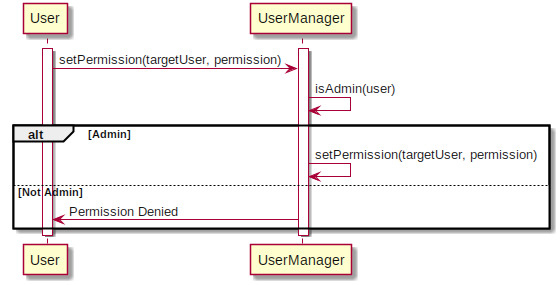
cs383-4/sQuire keeps this PlantUML diagram as doc/SSRS/images/SequenceDiagrams/ProjectMemberManagementSetPermission.png. Above is the earlier version. The source it was exported from:
```plantuml
@startuml
Activate User
Activate UserManager
User -> UserManager: setPermission(targetUser, permission)
UserManager -> UserManager: isAdmin(user)

alt Admin
  UserManager -> UserManager: setPermission(targetUser, permission)
else Not Admin
  UserManager -> User: Permission Denied
end

Deactivate UserManager
Deactivate User
@enduml
```
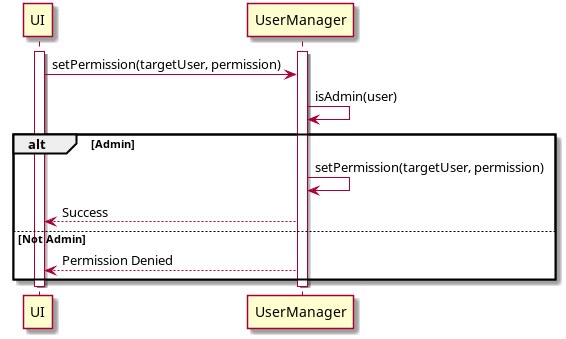
After the commit.

Commit message:
Updated Project Member Management Sequence Diagrams

Diff of the diagram source:
```diff
@@ -1,15 +1,16 @@
 @startuml
-Activate User
+Activate UI
 Activate UserManager
-User -> UserManager: setPermission(targetUser, permission)
+UI -> UserManager: setPermission(targetUser, permission)
 UserManager -> UserManager: isAdmin(user)
 
 alt Admin
   UserManager -> UserManager: setPermission(targetUser, permission)
+  UserManager --> UI: Success
 else Not Admin
-  UserManager -> User: Permission Denied
+  UserManager --> UI: Permission Denied
 end
 
 Deactivate UserManager
-Deactivate User
+Deactivate UI
 @enduml
```
